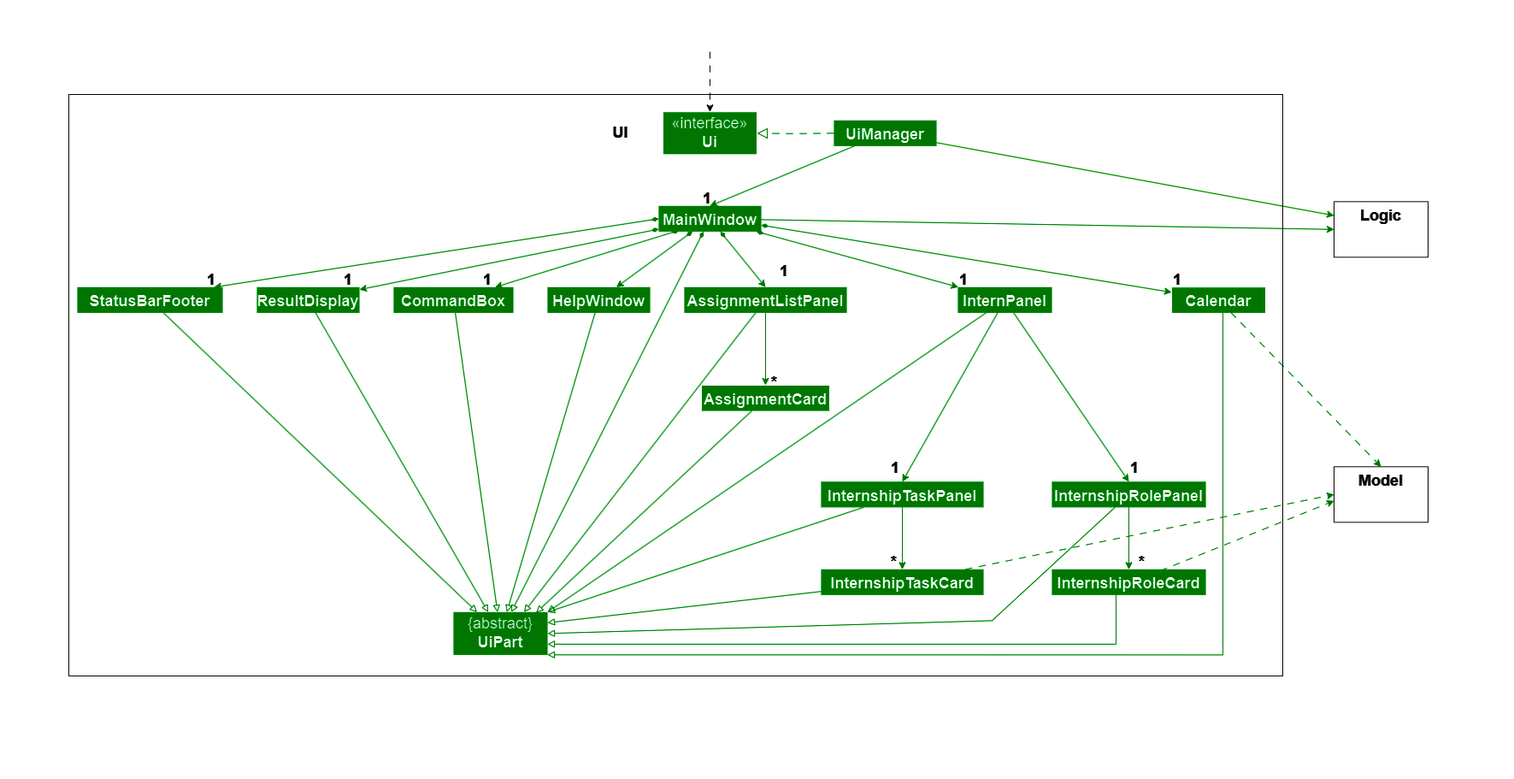
This is docs/images/UiClassDiagram.png from AY2324S1-CS2103T-T12-3/tp, a draw.io export, as it was before one commit. Source tidied: cells renumbered, new cells last; positions are measured from the earlier drawing's top-left corner, leaving out a move shared by most shapes.
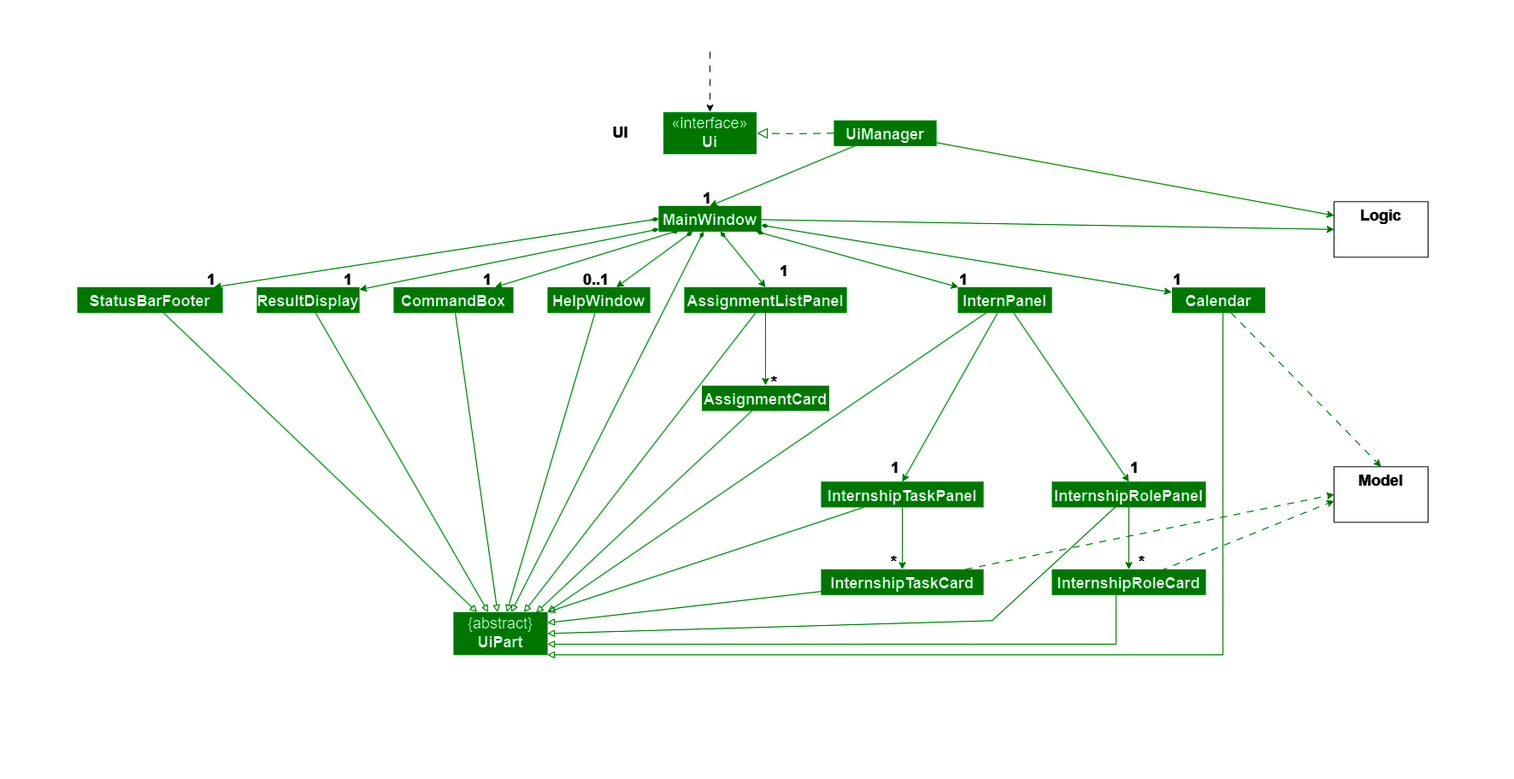
The same diagram one commit later.

Commit message:
Fix missing multiplicity

Change to the diagram source:
```diff
@@ -241,8 +241,8 @@
     <mxCell id="69" value="&lt;h5 style=&quot;border-color: var(--border-color); font-family: Helvetica; font-style: normal; font-variant-ligatures: normal; font-variant-caps: normal; letter-spacing: normal; orphans: 2; text-align: center; text-indent: 0px; text-transform: none; widows: 2; word-spacing: 0px; -webkit-text-stroke-width: 0px; text-decoration-thickness: initial; text-decoration-style: initial; text-decoration-color: initial; font-size: 18px;&quot;&gt;1&lt;/h5&gt;" style="text;whiteSpace=wrap;html=1;fontSize=18;fontFamily=Helvetica;fontColor=#FFFFFF;labelBackgroundColor=none;" parent="1" vertex="1">
       <mxGeometry x="1120" y="280" width="10" height="30" as="geometry" />
     </mxCell>
-    <mxCell id="70" style="rounded=0;whiteSpace=wrap;html=1;fillColor=none;strokeColor=#FFFFFF;" parent="1" vertex="1">
-      <mxGeometry x="80" y="110" width="1420" height="680" as="geometry" />
-    </mxCell>
+    <mxCell id="71" value="&lt;h5 style=&quot;border-color: var(--border-color); font-family: Helvetica; font-style: normal; font-variant-ligatures: normal; font-variant-caps: normal; letter-spacing: normal; orphans: 2; text-align: center; text-indent: 0px; text-transform: none; widows: 2; word-spacing: 0px; -webkit-text-stroke-width: 0px; text-decoration-thickness: initial; text-decoration-style: initial; text-decoration-color: initial; font-size: 18px;&quot;&gt;0..1&lt;/h5&gt;" style="text;whiteSpace=wrap;html=1;fontSize=18;fontFamily=Helvetica;fontColor=#FFFFFF;labelBackgroundColor=none;" parent="1" vertex="1">
+      <mxGeometry x="680" y="280" width="10" height="30" as="geometry" />
+    </mxCell>
   </root>
 </mxGraphModel>
```
